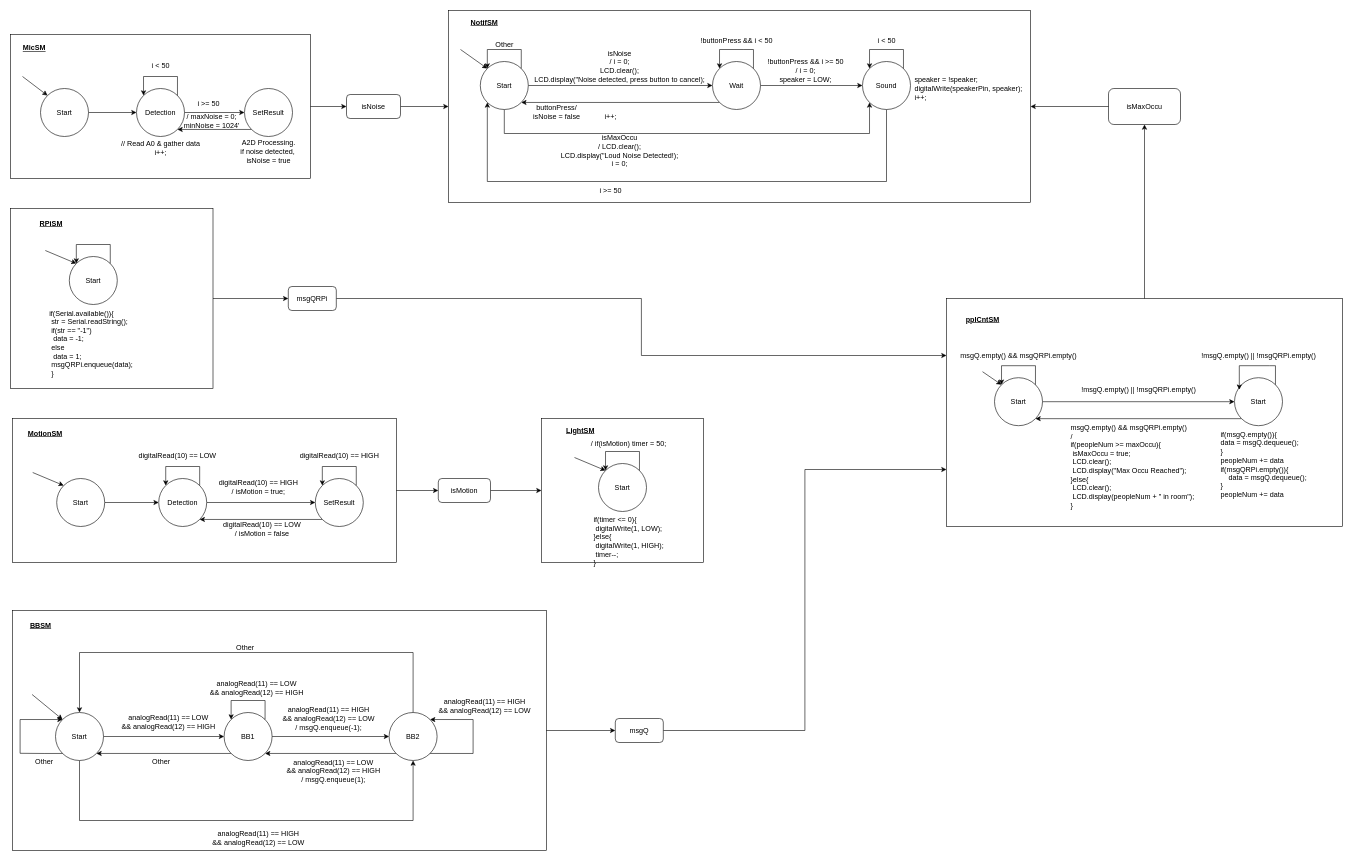
The draw.io diagram page "State Machines" (1 of 2) of CS122A_P2_Design.drawio in akasakakona/CS122A_P2, before the edit. Source tidied: cells renumbered, new cells numbered last; positions are measured from the earlier drawing's top-left corner, leaving out a move shared by most shapes. Both pictures are drawn from the tidied source at 60%, with x=0, y=0 at pixel (10, 10).
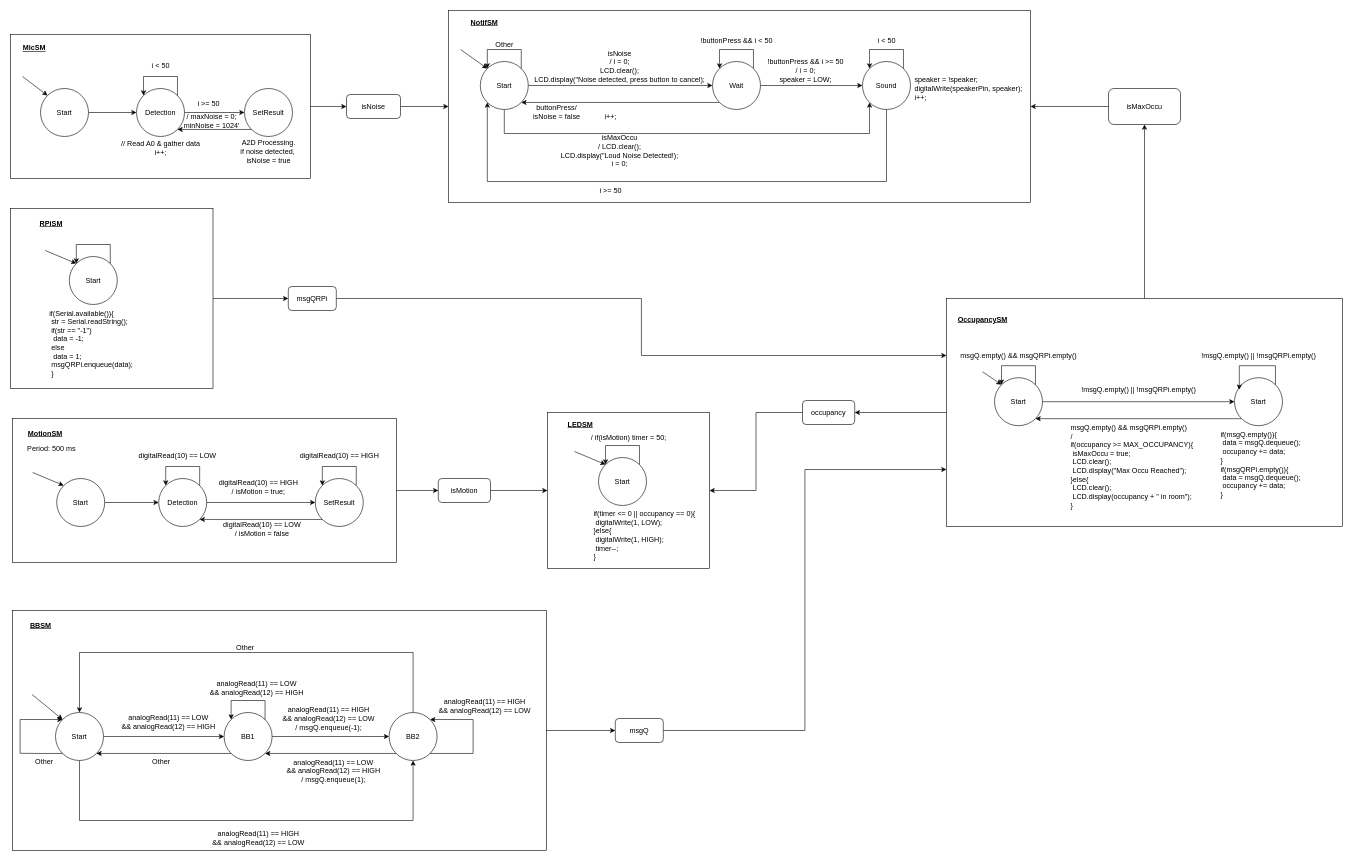
The same page after the edit.

Unchanged cells that the change refers to:
```xml
<mxCell id="119" style="rounded=0;whiteSpace=wrap;html=1;fillColor=none;" parent="1" vertex="1">
  <mxGeometry x="1560" y="480" width="660" height="380" as="geometry" />
</mxCell>
```

Diff of the diagram source:
```diff
@@
     <mxCell id="85" value="Start" style="ellipse;whiteSpace=wrap;html=1;rounded=0;" parent="1" vertex="1">
-      <mxGeometry x="980" y="755" width="80" height="80" as="geometry" />
+      <mxGeometry x="980" y="745" width="80" height="80" as="geometry" />
     </mxCell>
     <mxCell id="86" style="edgeStyle=orthogonalEdgeStyle;rounded=0;orthogonalLoop=1;jettySize=auto;html=1;exitX=1;exitY=0;exitDx=0;exitDy=0;entryX=0;entryY=0;entryDx=0;entryDy=0;" parent="1" edge="1" source="85" target="85">
       <mxGeometry relative="1" as="geometry">
         <Array as="points">
-          <mxPoint x="1048" y="735" />
-          <mxPoint x="992" y="735" />
+          <mxPoint x="1048" y="725" />
+          <mxPoint x="992" y="725" />
         </Array>
       </mxGeometry>
     </mxCell>
     <mxCell id="87" style="endArrow=classic;html=1;rounded=0;entryX=0;entryY=0;entryDx=0;entryDy=0;" parent="1" edge="1" target="85">
       <mxGeometry relative="1" as="geometry">
-        <mxPoint x="940" y="745" as="sourcePoint" />
+        <mxPoint x="940" y="735" as="sourcePoint" />
       </mxGeometry>
     </mxCell>
-    <mxCell id="88" value="&lt;div&gt;if(timer &amp;lt;= 0){&lt;br&gt;&lt;span style=&quot;white-space: pre;&quot;&gt; &lt;/span&gt;digitalWrite(1, LOW);&lt;br&gt;}else{&lt;br&gt;&lt;span style=&quot;white-space: pre;&quot;&gt; &lt;/span&gt;digitalWrite(1, HIGH);&lt;br&gt;&lt;span style=&quot;white-space: pre;&quot;&gt; &lt;/span&gt;timer--;&lt;br&gt;&lt;/div&gt;&lt;div&gt;}&lt;/div&gt;" style="text;html=1;align=left;verticalAlign=middle;strokeColor=none;fillColor=none;rounded=0;" parent="1" vertex="1">
-      <mxGeometry x="970" y="835" width="160" height="100" as="geometry" />
+    <mxCell id="88" value="&lt;div&gt;if(timer &amp;lt;= 0 || occupancy == 0){&lt;br&gt;&lt;span style=&quot;white-space: pre;&quot;&gt; &lt;/span&gt;digitalWrite(1, LOW);&lt;br&gt;}else{&lt;br&gt;&lt;span style=&quot;white-space: pre;&quot;&gt; &lt;/span&gt;digitalWrite(1, HIGH);&lt;br&gt;&lt;span style=&quot;white-space: pre;&quot;&gt; &lt;/span&gt;timer--;&lt;br&gt;&lt;/div&gt;&lt;div&gt;}&lt;/div&gt;" style="text;html=1;align=left;verticalAlign=middle;strokeColor=none;fillColor=none;rounded=0;" parent="1" vertex="1">
+      <mxGeometry x="970" y="825" width="190" height="100" as="geometry" />
     </mxCell>
     <mxCell id="89" style="rounded=0;whiteSpace=wrap;html=1;fillColor=none;" parent="1" vertex="1">
-      <mxGeometry x="885" y="680" width="270" height="240" as="geometry" />
+      <mxGeometry x="895" y="670" width="270" height="260" as="geometry" />
     </mxCell>
-    <mxCell id="90" value="&lt;b&gt;&lt;u&gt;LightSM&lt;/u&gt;&lt;/b&gt;" style="text;html=1;strokeColor=none;fillColor=none;align=center;verticalAlign=middle;whiteSpace=wrap;rounded=0;" parent="1" vertex="1">
-      <mxGeometry x="920" y="685" width="60" height="30" as="geometry" />
+    <mxCell id="90" value="&lt;b&gt;&lt;u&gt;LEDSM&lt;/u&gt;&lt;/b&gt;" style="text;html=1;strokeColor=none;fillColor=none;align=center;verticalAlign=middle;whiteSpace=wrap;rounded=0;" parent="1" vertex="1">
+      <mxGeometry x="920" y="675" width="60" height="30" as="geometry" />
     </mxCell>
     <mxCell id="91" value="/ if(isMotion) timer = 50;" style="text;html=1;align=center;verticalAlign=middle;strokeColor=none;fillColor=none;rounded=0;" parent="1" vertex="1">
-      <mxGeometry x="955" y="708" width="150" height="30" as="geometry" />
+      <mxGeometry x="955" y="698" width="150" height="30" as="geometry" />
     </mxCell>
@@
-    <mxCell id="110" value="msgQ.empty() &amp;amp;&amp;amp; msgQRPi.empty()&lt;br&gt;/&amp;nbsp;&lt;br&gt;if(peopleNum &amp;gt;= maxOccu){&lt;br&gt;&lt;span style=&quot;white-space: pre;&quot;&gt; &lt;/span&gt;isMaxOccu = true;&lt;br&gt;&lt;span style=&quot;white-space: pre;&quot;&gt; &lt;/span&gt;LCD.clear();&lt;br&gt;&lt;span style=&quot;white-space: pre;&quot;&gt; &lt;/span&gt;LCD.display(&quot;Max Occu Reached&quot;);&lt;br&gt;}else{&lt;br&gt;&lt;span style=&quot;white-space: pre;&quot;&gt; &lt;/span&gt;LCD.clear();&lt;br&gt;&lt;span style=&quot;white-space: pre;&quot;&gt; &lt;/span&gt;LCD.display(peopleNum + &quot; in room&quot;);&lt;br&gt;}" style="text;html=1;align=left;verticalAlign=middle;strokeColor=none;fillColor=none;rounded=0;" parent="1" vertex="1">
+    <mxCell id="110" value="msgQ.empty() &amp;amp;&amp;amp; msgQRPi.empty()&lt;br&gt;/&amp;nbsp;&lt;br&gt;if(occupancy &amp;gt;= MAX_OCCUPANCY){&lt;br&gt;&lt;span style=&quot;white-space: pre;&quot;&gt; &lt;/span&gt;isMaxOccu = true;&lt;br&gt;&lt;span style=&quot;white-space: pre;&quot;&gt; &lt;/span&gt;LCD.clear();&lt;br&gt;&lt;span style=&quot;white-space: pre;&quot;&gt; &lt;/span&gt;LCD.display(&quot;Max Occu Reached&quot;);&lt;br&gt;}else{&lt;br&gt;&lt;span style=&quot;white-space: pre;&quot;&gt; &lt;/span&gt;LCD.clear();&lt;br&gt;&lt;span style=&quot;white-space: pre;&quot;&gt; &lt;/span&gt;LCD.display(occupancy + &quot; in room&quot;);&lt;br&gt;}" style="text;html=1;align=left;verticalAlign=middle;strokeColor=none;fillColor=none;rounded=0;" parent="1" vertex="1">
       <mxGeometry x="1765" y="680" width="250" height="160" as="geometry" />
     </mxCell>
@@
-    <mxCell id="112" value="if(msgQ.empty()){&lt;br&gt;&lt;div style=&quot;&quot;&gt;data = msgQ.dequeue();&lt;br&gt;}&lt;br&gt;peopleNum += data&lt;br&gt;&lt;span style=&quot;background-color: initial;&quot;&gt;&lt;/span&gt;if(msgQRPi.empty()){&lt;br&gt;&lt;div&gt;&lt;span style=&quot;background-color: initial;&quot;&gt;&lt;span style=&quot;&quot;&gt;&lt;span style=&quot;white-space: pre;&quot;&gt;&amp;nbsp;&amp;nbsp;&amp;nbsp;&amp;nbsp;&lt;/span&gt;&lt;/span&gt;data = msgQ.dequeue();&lt;br&gt;}&lt;br&gt;peopleNum += data&lt;br&gt;&lt;/span&gt;&lt;/div&gt;&lt;/div&gt;" style="text;html=1;align=left;verticalAlign=middle;strokeColor=none;fillColor=none;rounded=0;" parent="1" vertex="1">
-      <mxGeometry x="2015" y="692" width="170" height="130" as="geometry" />
+    <mxCell id="112" value="if(msgQ.empty()){&lt;br&gt;&lt;span style=&quot;background-color: initial;&quot;&gt;&lt;span style=&quot;&quot;&gt; &lt;/span&gt;&lt;span style=&quot;white-space: pre;&quot;&gt; &lt;/span&gt;data = msgQ.dequeue();&lt;/span&gt;&lt;br&gt;&lt;div style=&quot;&quot;&gt;&lt;span style=&quot;white-space: pre;&quot;&gt; &lt;/span&gt;occupancy += data;&lt;br&gt;&lt;/div&gt;&lt;div style=&quot;&quot;&gt;}&lt;br&gt;if(msgQRPi.empty()){&lt;br&gt;&lt;div&gt;&lt;span style=&quot;white-space: pre;&quot;&gt; &lt;/span&gt;data = msgQ.dequeue();&lt;br&gt;&lt;span style=&quot;&quot;&gt; &lt;/span&gt;&lt;span style=&quot;background-color: initial;&quot;&gt;&lt;/span&gt;&lt;span style=&quot;white-space: pre;&quot;&gt; &lt;/span&gt;occupancy&amp;nbsp;+= data;&lt;span style=&quot;background-color: initial;&quot;&gt;&lt;br&gt;}&lt;br&gt;&lt;/span&gt;&lt;/div&gt;&lt;/div&gt;" style="text;html=1;align=left;verticalAlign=middle;strokeColor=none;fillColor=none;rounded=0;" parent="1" vertex="1">
+      <mxGeometry x="2015" y="692" width="180" height="130" as="geometry" />
     </mxCell>
@@
-    <mxCell id="117" value="&lt;b&gt;&lt;u&gt;pplCntSM&lt;/u&gt;&lt;/b&gt;" style="text;html=1;align=center;verticalAlign=middle;strokeColor=none;fillColor=none;" parent="1" vertex="1">
-      <mxGeometry x="1580" y="500" width="80" height="30" as="geometry" />
+    <mxCell id="117" value="&lt;b&gt;&lt;u&gt;OccupancySM&lt;/u&gt;&lt;/b&gt;" style="text;html=1;align=center;verticalAlign=middle;strokeColor=none;fillColor=none;" parent="1" vertex="1">
+      <mxGeometry x="1565" y="500" width="110" height="30" as="geometry" />
     </mxCell>
@@
+    <mxCell id="122" style="edgeStyle=orthogonalEdgeStyle;rounded=0;jettySize=auto;html=1;exitX=0;exitY=0.5;exitDx=0;exitDy=0;" parent="1" edge="1" source="119" target="124">
+      <mxGeometry relative="1" as="geometry" />
+    </mxCell>
@@
+    <mxCell id="123" style="edgeStyle=orthogonalEdgeStyle;rounded=0;jettySize=auto;html=1;exitX=0;exitY=0.5;exitDx=0;exitDy=0;entryX=1;entryY=0.5;entryDx=0;entryDy=0;" parent="1" edge="1" source="124" target="89">
+      <mxGeometry relative="1" as="geometry" />
+    </mxCell>
+    <mxCell id="124" value="occupancy" style="rounded=1;whiteSpace=wrap;html=1;" parent="1" vertex="1">
+      <mxGeometry x="1320" y="650" width="87" height="40" as="geometry" />
+    </mxCell>
+    <mxCell id="125" value="Period: 500 ms" style="text;html=1;align=center;verticalAlign=middle;strokeColor=none;fillColor=none;" parent="1" vertex="1">
+      <mxGeometry x="18" y="715" width="100" height="30" as="geometry" />
+    </mxCell>
```
